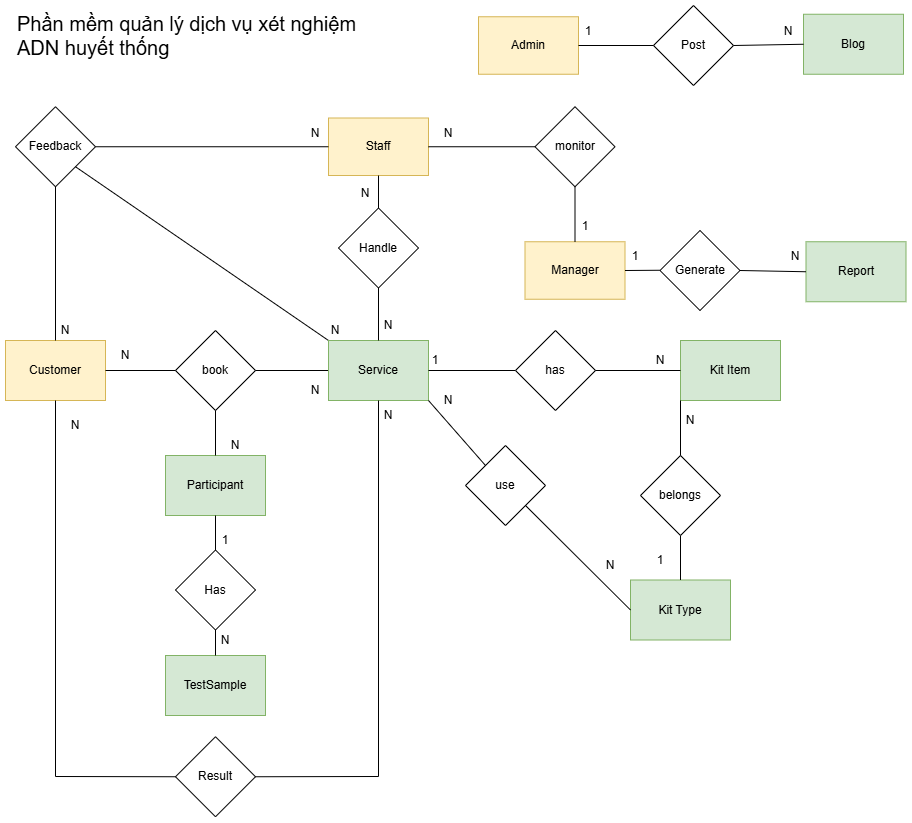
This is conceptDiagram.png from HuyDev123/SWP391_Team-5, a draw.io export, as it was before one commit. Source tidied: cells renumbered, new cells last; positions are measured from the earlier drawing's top-left corner, leaving out a move shared by most shapes.
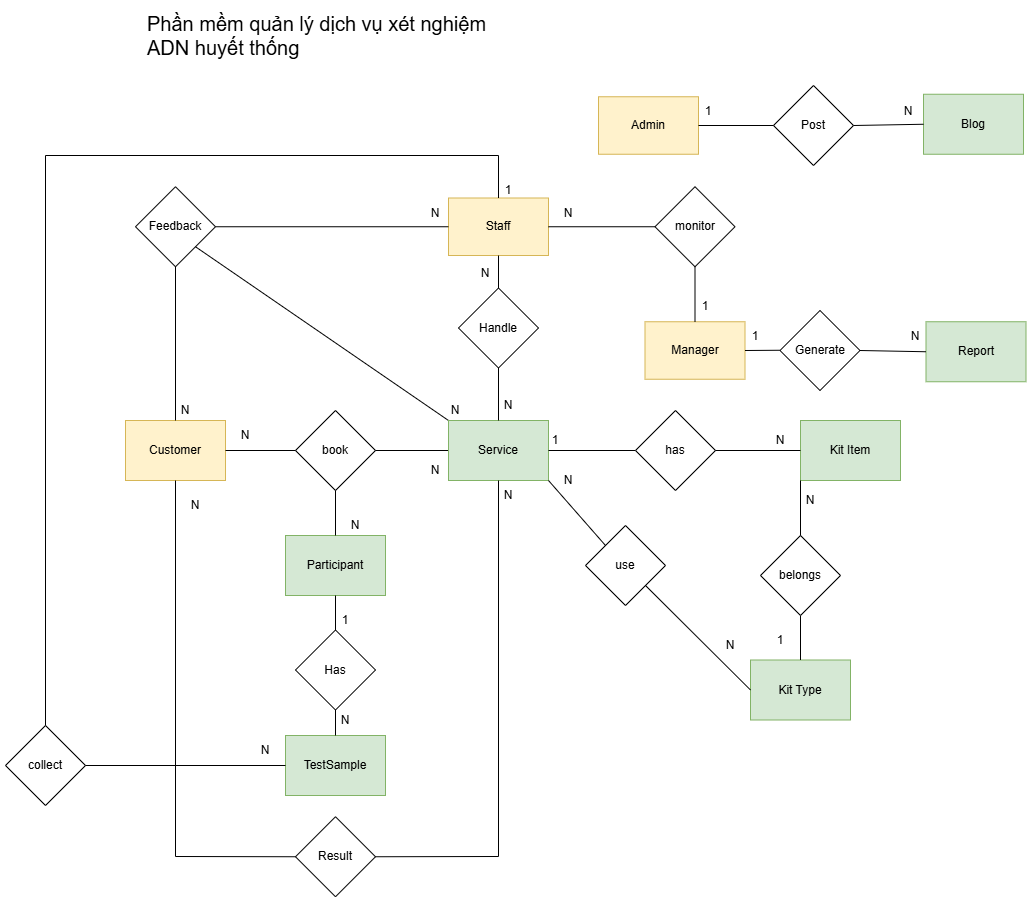
After the commit.

Diff of the diagram source:
```diff
@@ -87,7 +87,7 @@
       <mxGeometry x="413" y="380" width="60" height="30" as="geometry" />
     </mxCell>
     <mxCell id="29" value="Phần mềm quản lý dịch vụ xét nghiệm ADN huyết thống" style="text;whiteSpace=wrap;fontSize=20;" parent="1" vertex="1">
-      <mxGeometry x="10" width="360" height="30" as="geometry" />
+      <mxGeometry x="20" y="-80" width="360" height="30" as="geometry" />
     </mxCell>
     <mxCell id="30" value="Kit Type" style="rounded=0;whiteSpace=wrap;html=1;fillColor=#d5e8d4;strokeColor=#82b366;" parent="1" vertex="1">
       <mxGeometry x="625" y="574.5" width="100" height="60" as="geometry" />
@@ -231,5 +231,25 @@
     <mxCell id="73" value="1" style="text;html=1;align=center;verticalAlign=middle;whiteSpace=wrap;rounded=0;" parent="1" vertex="1">
       <mxGeometry x="549.5" y="206.2" width="60" height="30" as="geometry" />
     </mxCell>
+    <mxCell id="74" value="collect" style="rhombus;whiteSpace=wrap;html=1;" parent="1" vertex="1">
+      <mxGeometry x="-120" y="640" width="80" height="80" as="geometry" />
+    </mxCell>
+    <mxCell id="75" style="endArrow=none;html=1;rounded=0;entryX=0.5;entryY=0;entryDx=0;entryDy=0;exitX=0.5;exitY=0;exitDx=0;exitDy=0;" parent="1" edge="1" source="74" target="3">
+      <mxGeometry relative="1" as="geometry">
+        <Array as="points">
+          <mxPoint x="-80" y="70" />
+          <mxPoint x="373" y="70" />
+        </Array>
+      </mxGeometry>
+    </mxCell>
+    <mxCell id="76" value="1" style="text;html=1;align=center;verticalAlign=middle;whiteSpace=wrap;rounded=0;" parent="1" vertex="1">
+      <mxGeometry x="353" y="90" width="60" height="30" as="geometry" />
+    </mxCell>
+    <mxCell id="77" style="endArrow=none;html=1;rounded=0;exitX=1;exitY=0.5;exitDx=0;exitDy=0;entryX=0;entryY=0.5;entryDx=0;entryDy=0;" parent="1" edge="1" source="74" target="24">
+      <mxGeometry relative="1" as="geometry" />
+    </mxCell>
+    <mxCell id="78" value="N" style="text;html=1;align=center;verticalAlign=middle;whiteSpace=wrap;rounded=0;" parent="1" vertex="1">
+      <mxGeometry x="110" y="650" width="60" height="30" as="geometry" />
+    </mxCell>
   </root>
 </mxGraphModel>
```
